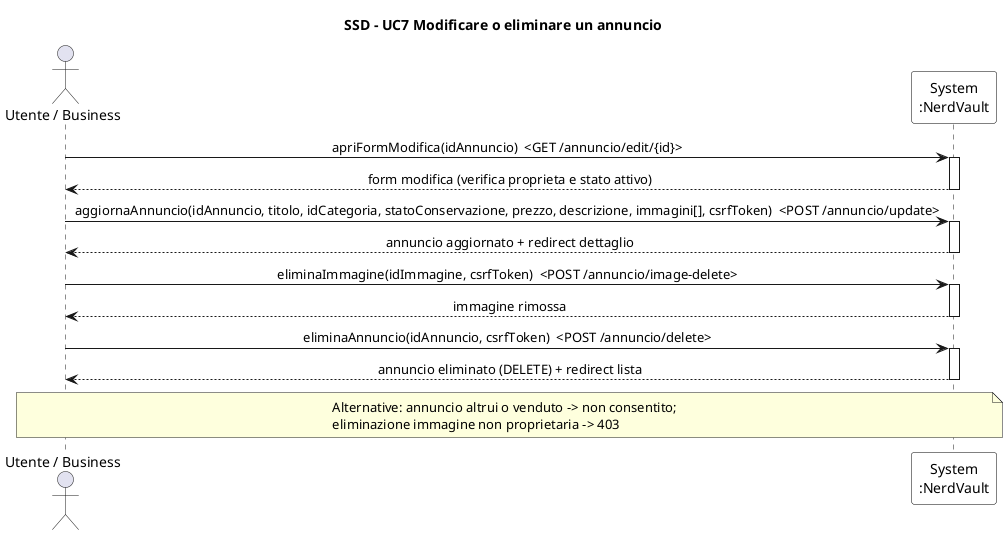
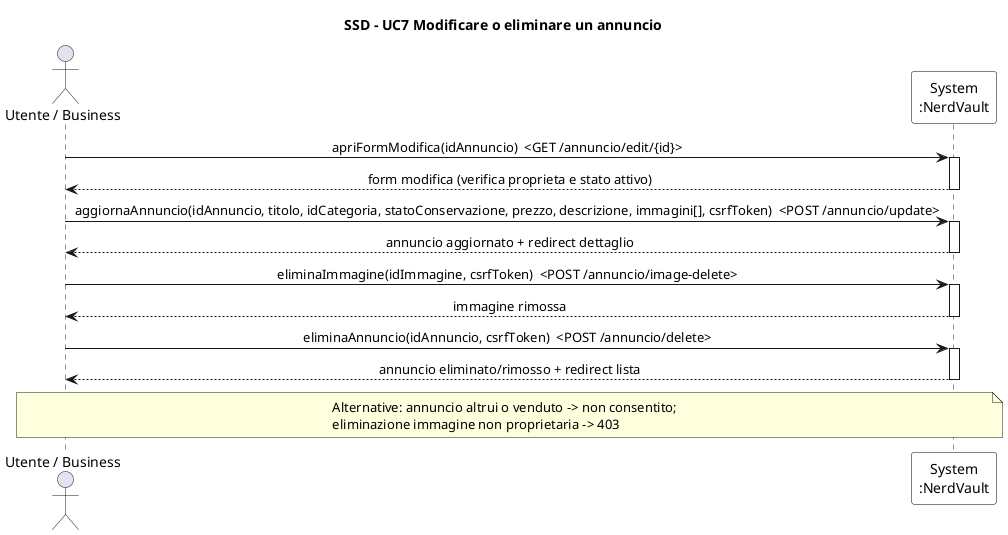
@startuml SSD_UC7_ModificaEliminaAnnuncio
' System Sequence Diagram - UC7 Modificare o eliminare un annuncio
title SSD - UC7 Modificare o eliminare un annuncio

skinparam sequenceMessageAlign center
skinparam participant {
  BorderColor black
  BackgroundColor white
}

actor "Utente / Business" as U
participant "System\n:NerdVault" as S

U -> S : apriFormModifica(idAnnuncio)  <GET /annuncio/edit/{id}>
activate S
S --> U : form modifica (verifica proprieta e stato attivo)
deactivate S

U -> S : aggiornaAnnuncio(idAnnuncio, titolo, idCategoria, statoConservazione, prezzo, descrizione, immagini[], csrfToken)  <POST /annuncio/update>
activate S
S --> U : annuncio aggiornato + redirect dettaglio
deactivate S

U -> S : eliminaImmagine(idImmagine, csrfToken)  <POST /annuncio/image-delete>
activate S
S --> U : immagine rimossa
deactivate S

U -> S : eliminaAnnuncio(idAnnuncio, csrfToken)  <POST /annuncio/delete>
activate S
- S --> U : annuncio eliminato (DELETE) + redirect lista
+ S --> U : annuncio eliminato/rimosso + redirect lista
deactivate S

note over U, S
  Alternative: annuncio altrui o venduto -> non consentito;
  eliminazione immagine non proprietaria -> 403
end note
@enduml
